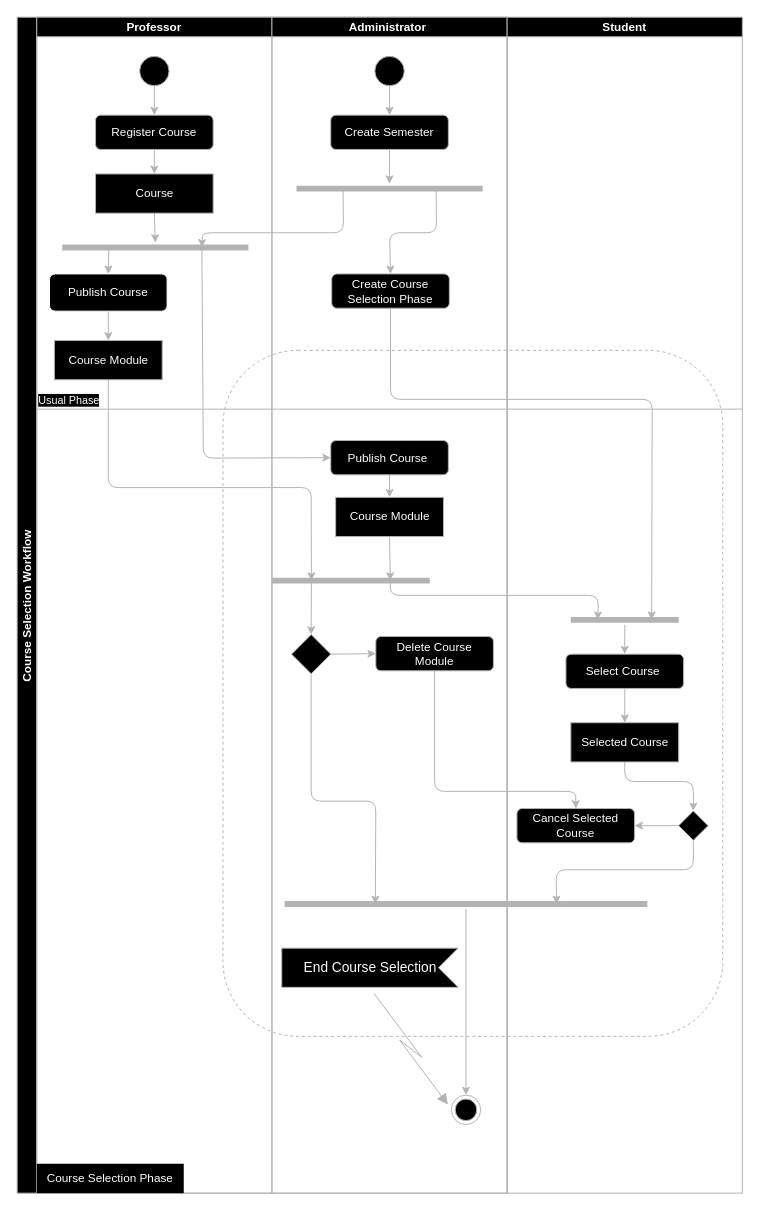
This is Web/ManagementSystem/Backend/doc/image/course_selection.drawio from SolarSword/CourseProject, a draw.io file, before an edit. Source tidied: cells renumbered, new cells numbered last; positions are measured from the earlier drawing's top-left corner, leaving out a move shared by most shapes. Both pictures are drawn from the tidied source at 98%, with x=0, y=0 at pixel (17, 17).
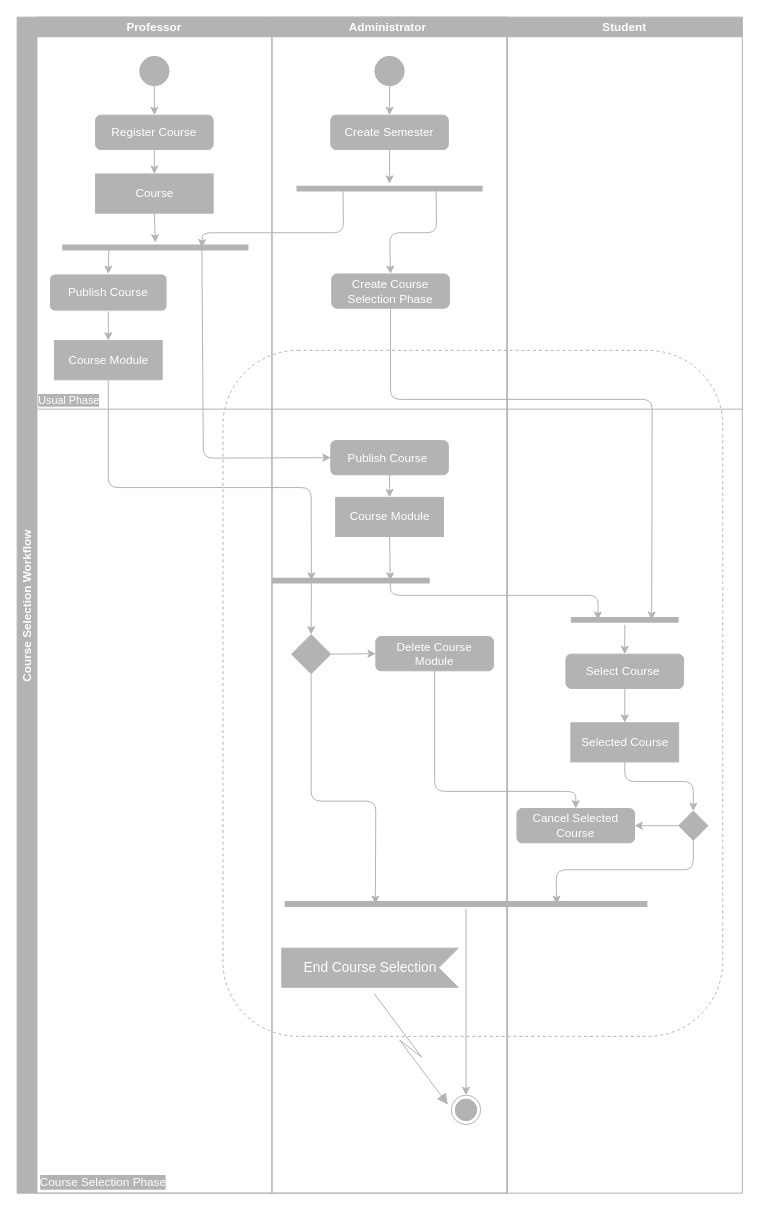
The same page after the edit.

Commit message (it also covers changes not shown here):
change the flow chart

What changed in the source:
```diff
@@
-    <mxCell id="3" value="Course Selection Workflow" style="swimlane;startSize=20;horizontal=0;fillColor=#000000;fontColor=#FFFFFF;strokeColor=#B3B3B3;" parent="1" vertex="1">
+    <mxCell id="3" value="Course Selection Workflow" style="swimlane;startSize=20;horizontal=0;fillColor=#B3B3B3;fontColor=#FFFFFF;strokeColor=#B3B3B3;" parent="1" vertex="1">
       <mxGeometry width="500" height="1200" as="geometry" />
     </mxCell>
-    <mxCell id="4" value="Professor" style="swimlane;startSize=20;fillColor=#000000;strokeColor=#B3B3B3;fontColor=#FFFFFF;fillStyle=auto;" parent="3" vertex="1">
+    <mxCell id="4" value="Professor" style="swimlane;startSize=20;fillColor=#B3B3B3;strokeColor=#B3B3B3;fontColor=#FFFFFF;fillStyle=auto;" parent="3" vertex="1">
       <mxGeometry x="20" width="240" height="1200" as="geometry" />
     </mxCell>
@@
-    <mxCell id="6" style="ellipse;strokeColor=#B3B3B3;fontColor=#FFFFFF;fillColor=#000000;" parent="4" vertex="1">
+    <mxCell id="6" style="ellipse;strokeColor=#B3B3B3;fontColor=#FFFFFF;fillColor=#B3B3B3;" parent="4" vertex="1">
       <mxGeometry x="105" y="40" width="30" height="30" as="geometry" />
     </mxCell>
@@
-    <mxCell id="8" value="&lt;font&gt;Register Course&lt;/font&gt;" style="rounded=1;whiteSpace=wrap;html=1;fillColor=#000000;strokeColor=#B3B3B3;fontColor=#FFFFFF;" parent="4" vertex="1">
+    <mxCell id="8" value="&lt;font&gt;Register Course&lt;/font&gt;" style="rounded=1;whiteSpace=wrap;html=1;fillColor=#B3B3B3;strokeColor=#B3B3B3;fontColor=#FFFFFF;" parent="4" vertex="1">
       <mxGeometry x="60" y="100" width="120" height="35" as="geometry" />
     </mxCell>
@@
-    <mxCell id="10" value="&lt;font&gt;Course&lt;/font&gt;" style="html=1;fillColor=#000000;strokeColor=#B3B3B3;fontColor=#FFFFFF;" parent="4" vertex="1">
+    <mxCell id="10" value="&lt;font&gt;Course&lt;/font&gt;" style="html=1;fillColor=#B3B3B3;strokeColor=#B3B3B3;fontColor=#FFFFFF;" parent="4" vertex="1">
       <mxGeometry x="60" y="160" width="120" height="40" as="geometry" />
     </mxCell>
-    <mxCell id="11" value="Usual Phase" style="html=1;verticalAlign=bottom;labelBackgroundColor=#000000;endArrow=none;endFill=0;endSize=6;align=left;fontColor=#FFFFFF;strokeColor=#B3B3B3;" parent="4" edge="1">
+    <mxCell id="11" value="Usual Phase" style="html=1;verticalAlign=bottom;labelBackgroundColor=#B3B3B3;endArrow=none;endFill=0;endSize=6;align=left;fontColor=#FFFFFF;strokeColor=#B3B3B3;" parent="4" edge="1">
       <mxGeometry x="-1" relative="1" as="geometry">
         <mxPoint y="400" as="sourcePoint" />
         <mxPoint x="720" y="400" as="targetPoint" />
       </mxGeometry>
     </mxCell>
@@
-    <mxCell id="13" value="Course Selection Phase" style="text;html=1;strokeColor=none;fillColor=#000000;align=center;verticalAlign=middle;whiteSpace=wrap;rounded=0;dashed=1;labelBorderColor=none;fontColor=#FFFFFF;" parent="4" vertex="1">
-      <mxGeometry y="1170" width="150" height="30" as="geometry" />
+    <mxCell id="13" value="Course Selection Phase" style="text;html=1;strokeColor=none;fillColor=none;align=center;verticalAlign=middle;whiteSpace=wrap;rounded=0;dashed=1;labelBorderColor=none;fontColor=#FFFFFF;labelBackgroundColor=#B3B3B3;" parent="4" vertex="1">
+      <mxGeometry x="-7" y="1174" width="150" height="30" as="geometry" />
     </mxCell>
-    <mxCell id="14" value="Administrator " style="swimlane;startSize=20;fillColor=#000000;strokeColor=#B3B3B3;fontColor=#FFFFFF;" parent="3" vertex="1">
+    <mxCell id="14" value="Administrator " style="swimlane;startSize=20;fillColor=#B3B3B3;strokeColor=#B3B3B3;fontColor=#FFFFFF;" parent="3" vertex="1">
       <mxGeometry x="260" width="240" height="1200" as="geometry" />
     </mxCell>
-    <mxCell id="15" value="&lt;font&gt;Create Course Selection Phase&lt;/font&gt;" style="rounded=1;whiteSpace=wrap;html=1;fillColor=#000000;fontColor=#FFFFFF;strokeColor=#B3B3B3;" parent="14" vertex="1">
+    <mxCell id="15" value="&lt;font&gt;Create Course Selection Phase&lt;/font&gt;" style="rounded=1;whiteSpace=wrap;html=1;fillColor=#B3B3B3;fontColor=#FFFFFF;strokeColor=#B3B3B3;" parent="14" vertex="1">
       <mxGeometry x="61" y="262" width="120" height="35" as="geometry" />
     </mxCell>
@@
-    <mxCell id="17" value="&lt;font&gt;Publish Course&amp;nbsp;&lt;/font&gt;" style="rounded=1;whiteSpace=wrap;html=1;fillColor=#000000;strokeColor=#B3B3B3;fontColor=#FFFFFF;" parent="14" vertex="1">
+    <mxCell id="17" value="&lt;font&gt;Publish Course&amp;nbsp;&lt;/font&gt;" style="rounded=1;whiteSpace=wrap;html=1;fillColor=#B3B3B3;strokeColor=#B3B3B3;fontColor=#FFFFFF;" parent="14" vertex="1">
       <mxGeometry x="60" y="432" width="120" height="35" as="geometry" />
     </mxCell>
@@
-    <mxCell id="19" value="Course Module" style="html=1;fillColor=#000000;strokeColor=#B3B3B3;fontColor=#FFFFFF;" parent="14" vertex="1">
+    <mxCell id="19" value="Course Module" style="html=1;fillColor=#B3B3B3;strokeColor=#B3B3B3;fontColor=#FFFFFF;" parent="14" vertex="1">
       <mxGeometry x="65" y="490" width="110" height="40" as="geometry" />
     </mxCell>
@@
-    <mxCell id="23" value="&lt;font&gt;Delete Course Module&lt;/font&gt;" style="rounded=1;whiteSpace=wrap;html=1;fillColor=#000000;strokeColor=#B3B3B3;fontColor=#FFFFFF;" parent="14" vertex="1">
+    <mxCell id="23" value="&lt;font&gt;Delete Course Module&lt;/font&gt;" style="rounded=1;whiteSpace=wrap;html=1;fillColor=#B3B3B3;strokeColor=#B3B3B3;fontColor=#FFFFFF;" parent="14" vertex="1">
       <mxGeometry x="106" y="632" width="120" height="35" as="geometry" />
     </mxCell>
@@
-    <mxCell id="26" style="rhombus;fillColor=#000000;strokeColor=#B3B3B3;fontColor=#FFFFFF;" parent="14" vertex="1">
+    <mxCell id="26" style="rhombus;fillColor=#B3B3B3;strokeColor=#B3B3B3;fontColor=#FFFFFF;" parent="14" vertex="1">
       <mxGeometry x="20" y="630" width="40" height="40" as="geometry" />
     </mxCell>
@@
-    <mxCell id="28" value="Student" style="swimlane;startSize=20;fillColor=#000000;fontColor=#FFFFFF;strokeColor=#B3B3B3;" parent="14" vertex="1">
+    <mxCell id="28" value="Student" style="swimlane;startSize=20;fillColor=#B3B3B3;fontColor=#FFFFFF;strokeColor=#B3B3B3;" parent="14" vertex="1">
       <mxGeometry x="240" width="240" height="1200" as="geometry" />
     </mxCell>
@@
-    <mxCell id="30" value="Selected Course" style="html=1;fillColor=#000000;strokeColor=#B3B3B3;fontColor=#FFFFFF;" parent="28" vertex="1">
+    <mxCell id="30" value="Selected Course" style="html=1;fillColor=#B3B3B3;strokeColor=#B3B3B3;fontColor=#FFFFFF;" parent="28" vertex="1">
       <mxGeometry x="65" y="720" width="110" height="40" as="geometry" />
     </mxCell>
@@
-    <mxCell id="32" value="&lt;font&gt;Select Course&amp;nbsp;&lt;/font&gt;" style="rounded=1;whiteSpace=wrap;html=1;fillColor=#000000;strokeColor=#B3B3B3;fontColor=#FFFFFF;" parent="28" vertex="1">
+    <mxCell id="32" value="&lt;font&gt;Select Course&amp;nbsp;&lt;/font&gt;" style="rounded=1;whiteSpace=wrap;html=1;fillColor=#B3B3B3;strokeColor=#B3B3B3;fontColor=#FFFFFF;" parent="28" vertex="1">
       <mxGeometry x="60" y="650" width="120" height="35" as="geometry" />
     </mxCell>
@@
-    <mxCell id="36" style="rhombus;fillColor=#000000;strokeColor=#B3B3B3;fontColor=#FFFFFF;" parent="28" vertex="1">
+    <mxCell id="36" style="rhombus;fillColor=#B3B3B3;strokeColor=#B3B3B3;fontColor=#FFFFFF;" parent="28" vertex="1">
       <mxGeometry x="175" y="810" width="30" height="30" as="geometry" />
     </mxCell>
-    <mxCell id="37" value="&lt;font&gt;Cancel Selected Course&lt;/font&gt;" style="rounded=1;whiteSpace=wrap;html=1;fillColor=#000000;strokeColor=#B3B3B3;fontColor=#FFFFFF;" parent="28" vertex="1">
+    <mxCell id="37" value="&lt;font&gt;Cancel Selected Course&lt;/font&gt;" style="rounded=1;whiteSpace=wrap;html=1;fillColor=#B3B3B3;strokeColor=#B3B3B3;fontColor=#FFFFFF;" parent="28" vertex="1">
       <mxGeometry x="10" y="807.5" width="120" height="35" as="geometry" />
     </mxCell>
@@
-    <mxCell id="43" style="ellipse;html=1;shape=endState;fillColor=#000000;strokeColor=#B3B3B3;" parent="14" vertex="1">
+    <mxCell id="43" style="ellipse;html=1;shape=endState;fillColor=#B3B3B3;strokeColor=#B3B3B3;" parent="14" vertex="1">
       <mxGeometry x="183" y="1100" width="30" height="30" as="geometry" />
     </mxCell>
@@
-    <mxCell id="45" style="ellipse;strokeColor=#B3B3B3;fontColor=#FFFFFF;fillColor=#000000;" parent="14" vertex="1">
+    <mxCell id="45" style="ellipse;strokeColor=#B3B3B3;fontColor=#FFFFFF;fillColor=#B3B3B3;" parent="14" vertex="1">
       <mxGeometry x="105" y="40" width="30" height="30" as="geometry" />
     </mxCell>
@@
-    <mxCell id="47" value="&lt;font&gt;Create Semester&lt;/font&gt;" style="rounded=1;whiteSpace=wrap;html=1;fillColor=#000000;fontColor=#FFFFFF;strokeColor=#B3B3B3;" parent="14" vertex="1">
+    <mxCell id="47" value="&lt;font&gt;Create Semester&lt;/font&gt;" style="rounded=1;whiteSpace=wrap;html=1;fillColor=#B3B3B3;fontColor=#FFFFFF;strokeColor=#B3B3B3;" parent="14" vertex="1">
       <mxGeometry x="60" y="100" width="120" height="35" as="geometry" />
     </mxCell>
@@
-    <mxCell id="53" value="&lt;font&gt;Publish Course&lt;/font&gt;" style="rounded=1;whiteSpace=wrap;html=1;fillColor=#000000;strokeColor=#FFFFFF;fontColor=#FFFFFF;" parent="1" vertex="1">
+    <mxCell id="53" value="&lt;font&gt;Publish Course&lt;/font&gt;" style="rounded=1;whiteSpace=wrap;html=1;fillColor=#B3B3B3;strokeColor=#FFFFFF;fontColor=#FFFFFF;" parent="1" vertex="1">
       <mxGeometry x="33" y="262" width="120" height="38" as="geometry" />
     </mxCell>
@@
-    <mxCell id="55" value="Course Module" style="html=1;fillColor=#000000;strokeColor=#B3B3B3;fontColor=#FFFFFF;" parent="1" vertex="1">
+    <mxCell id="55" value="Course Module" style="html=1;fillColor=#B3B3B3;strokeColor=#B3B3B3;fontColor=#FFFFFF;" parent="1" vertex="1">
       <mxGeometry x="38" y="330" width="110" height="40" as="geometry" />
     </mxCell>
@@
-    <mxCell id="57" value="End Course Selection" style="html=1;shape=mxgraph.infographic.ribbonSimple;notch1=20;notch2=0;align=center;verticalAlign=middle;fontSize=14;fontStyle=0;flipH=1;fillColor=#000000;strokeColor=#B3B3B3;fontColor=#FFFFFF;labelBorderColor=none;" parent="1" vertex="1">
+    <mxCell id="57" value="End Course Selection" style="html=1;shape=mxgraph.infographic.ribbonSimple;notch1=20;notch2=0;align=center;verticalAlign=middle;fontSize=14;fontStyle=0;flipH=1;fillColor=#B3B3B3;strokeColor=#B3B3B3;fontColor=#FFFFFF;labelBorderColor=none;" parent="1" vertex="1">
       <mxGeometry x="270" y="950" width="180" height="40" as="geometry" />
     </mxCell>
```
